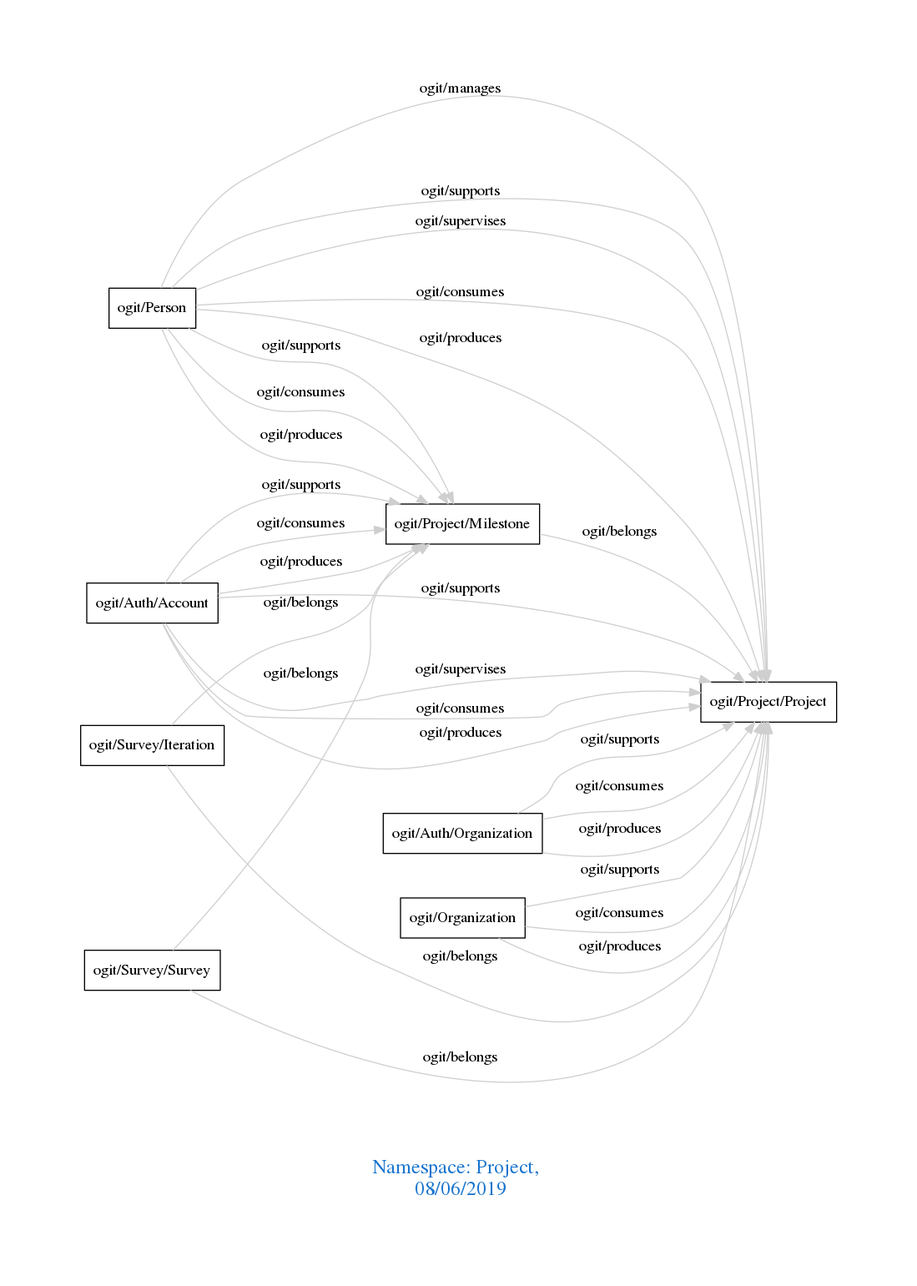
arago/OGIT keeps this Graphviz diagram as downloads/Project.png. Above is the earlier version. Its source is kept beside it as downloads/Project.dot.
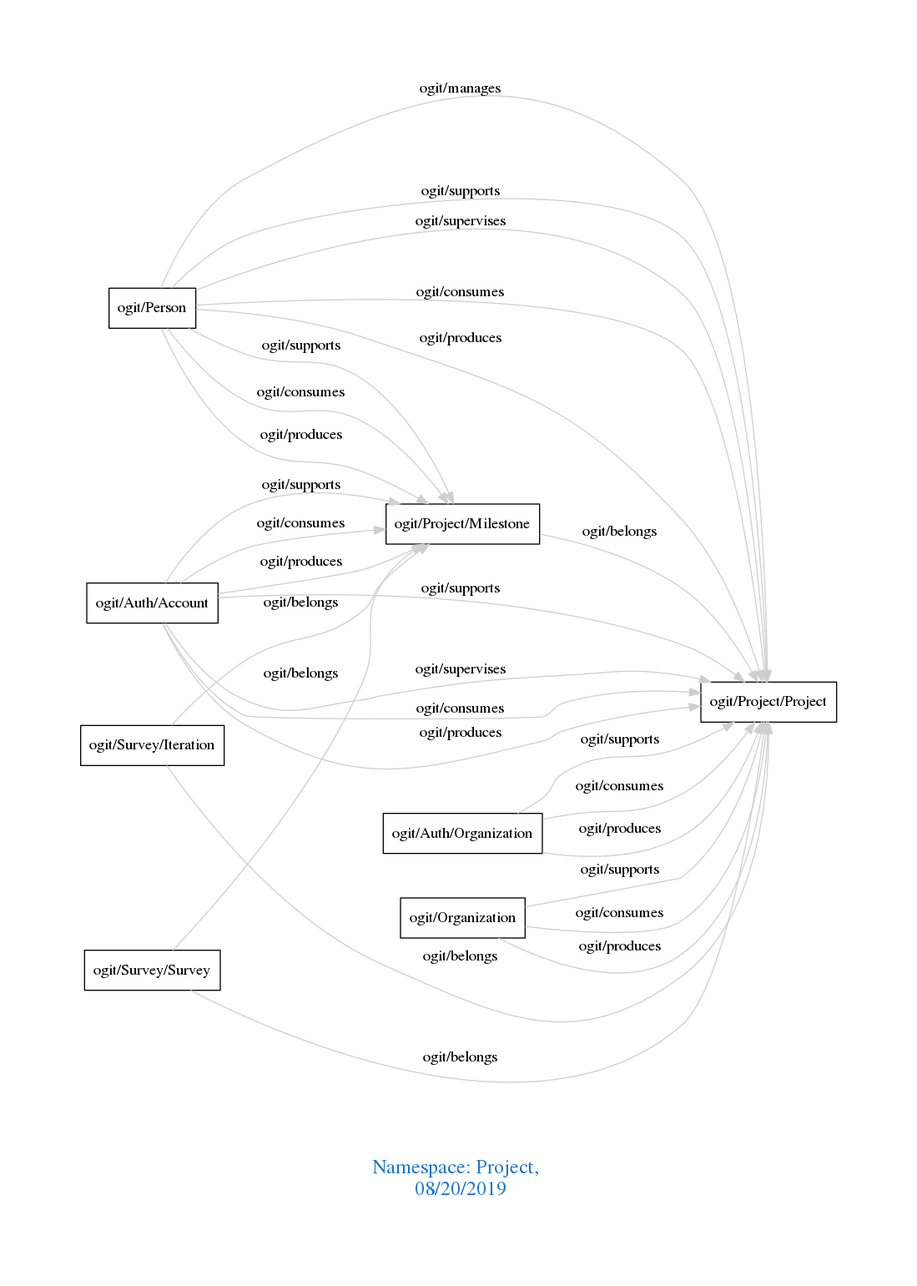
After the commit.

Change to the diagram source:
```diff
@@ -1,7 +1,7 @@
 digraph OGIT_ontology {
  graph [ rankdir= LR,pad=1
 fontsize = 18,
-fontcolor= dodgerblue3,label = "\n\n\nNamespace: Project, \n 08/06/2019"];
+fontcolor= dodgerblue3,label = "\n\n\nNamespace: Project, \n 08/20/2019"];
 node[shape=polygon];
 edge [  color="gray81"];
 
```
